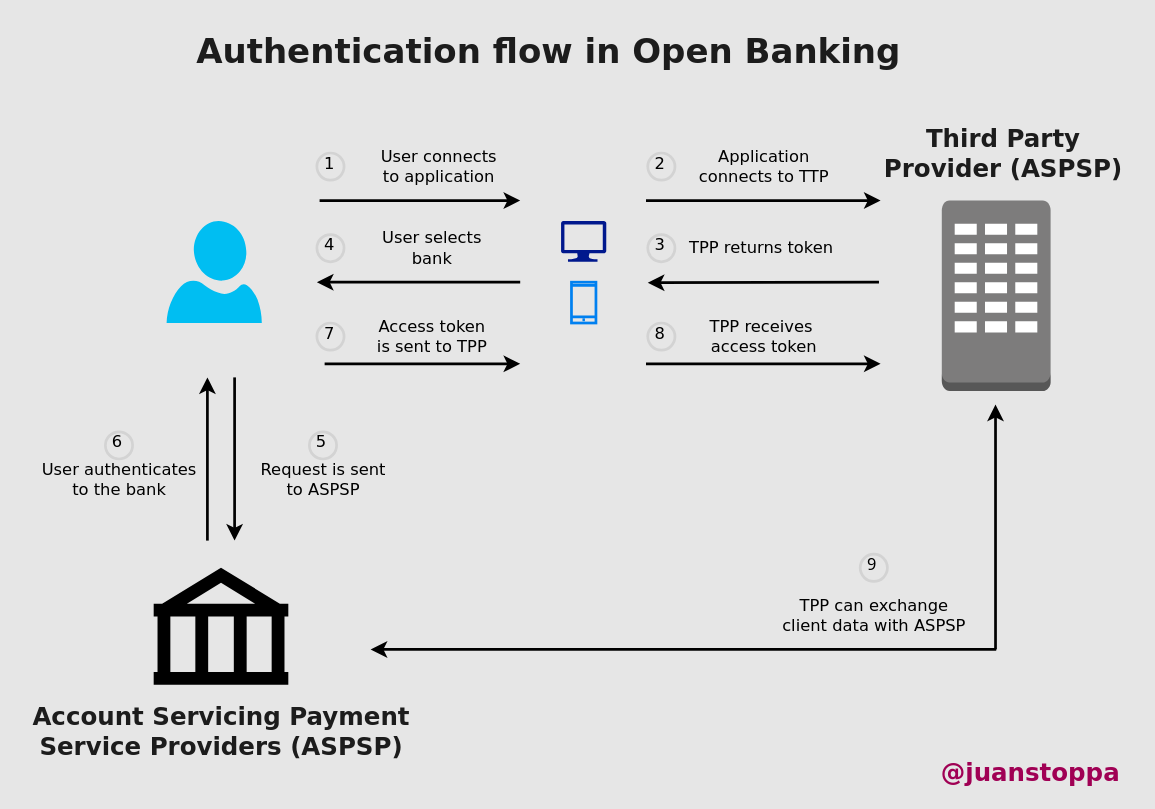
The draw.io diagram Untitled Diagram.drawio in jstoppa/Test, before the edit. Source tidied: cells renumbered, new cells numbered last; positions are measured from the earlier drawing's top-left corner, leaving out a move shared by most shapes. Both pictures are drawn from the tidied source at 136%, with x=0, y=0 at pixel (23, 23).
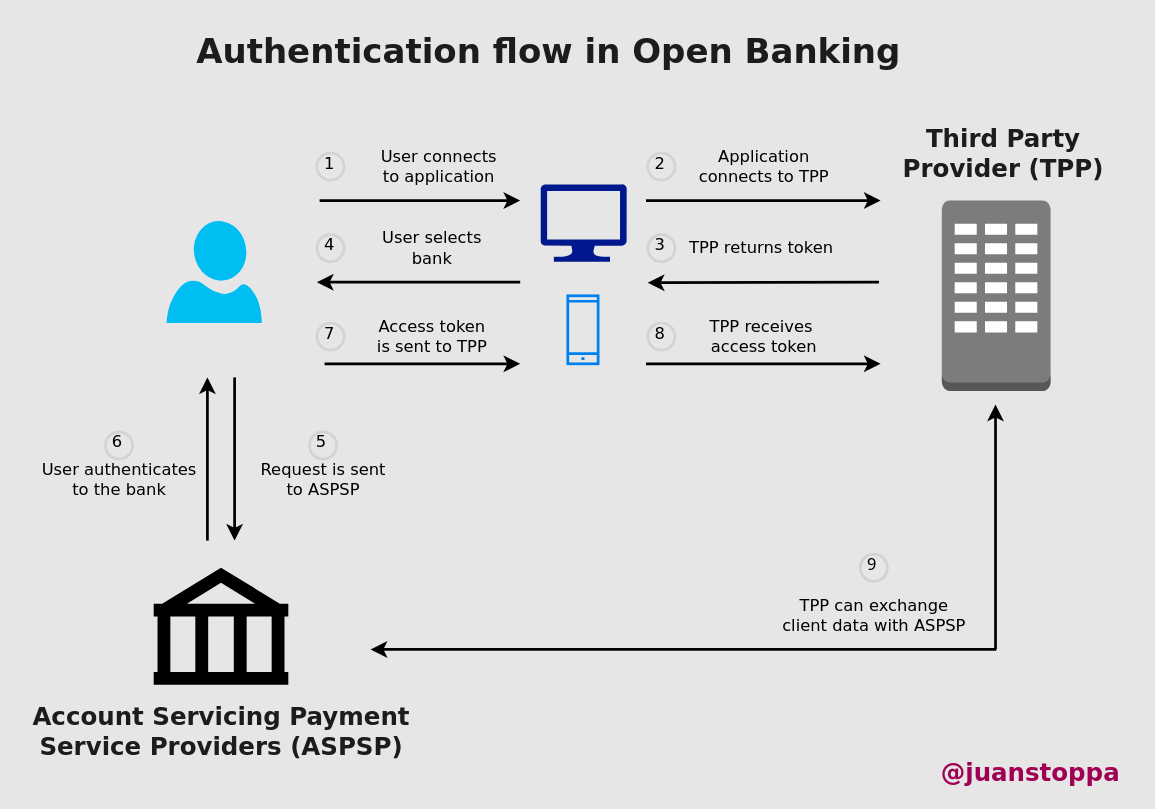
After the change.

Diff of the diagram source:
```diff
@@
     <mxCell id="3" style="shadow=0;dashed=0;html=1;strokeColor=none;labelPosition=center;verticalLabelPosition=bottom;verticalAlign=top;align=center;fillColor=#00188D;shape=mxgraph.azure.computer;fontFamily=Verdana;" parent="1" vertex="1">
-      <mxGeometry x="395" y="145" width="33.3" height="30" as="geometry" />
+      <mxGeometry x="380" y="118" width="63.3" height="57" as="geometry" />
     </mxCell>
     <mxCell id="4" style="html=1;verticalLabelPosition=bottom;align=center;labelBackgroundColor=none;verticalAlign=top;strokeWidth=2;strokeColor=#0080F0;shadow=0;dashed=0;shape=mxgraph.ios7.icons.smartphone;fontFamily=Verdana;fillColor=none;" parent="1" vertex="1">
-      <mxGeometry x="402.7" y="190" width="18" height="30" as="geometry" />
+      <mxGeometry x="400" y="200" width="22.3" height="50" as="geometry" />
     </mxCell>
@@
-    <mxCell id="10" value="Application &lt;br&gt;connects to&amp;nbsp;TTP" style="text;html=1;align=center;verticalAlign=middle;fillColor=none;strokeColor=none;rounded=0;fontFamily=Verdana;" parent="1" vertex="1">
+    <mxCell id="10" value="Application &lt;br&gt;connects to&amp;nbsp;TPP" style="text;html=1;align=center;verticalAlign=middle;fillColor=none;strokeColor=none;rounded=0;fontFamily=Verdana;" parent="1" vertex="1">
       <mxGeometry x="488.8" y="90" width="110" height="30" as="geometry" />
     </mxCell>
@@
-    <mxCell id="36" value="&lt;span style=&quot;box-sizing: border-box; color: rgba(0, 0, 0, 0.88); font-size: 18px; text-align: left;&quot;&gt;Third Party &lt;br&gt;Provider (ASPSP)&lt;/span&gt;" style="text;html=1;align=center;verticalAlign=middle;fillColor=none;strokeColor=none;rounded=0;strokeWidth=3;fontSize=15;fontFamily=Verdana;fontStyle=1;labelBackgroundColor=none;" parent="1" vertex="1">
-      <mxGeometry x="625" y="75" width="190" height="40" as="geometry" />
+    <mxCell id="36" value="&lt;span style=&quot;box-sizing: border-box ; color: rgba(0 , 0 , 0 , 0.88) ; font-size: 18px ; text-align: left&quot;&gt;Third Party &lt;br&gt;Provider (TPP)&lt;/span&gt;" style="text;html=1;align=center;verticalAlign=middle;fillColor=none;strokeColor=none;rounded=0;strokeWidth=3;fontSize=15;fontFamily=Verdana;fontStyle=1;labelBackgroundColor=none;" parent="1" vertex="1">
+      <mxGeometry x="635" y="75" width="170" height="40" as="geometry" />
     </mxCell>
```
